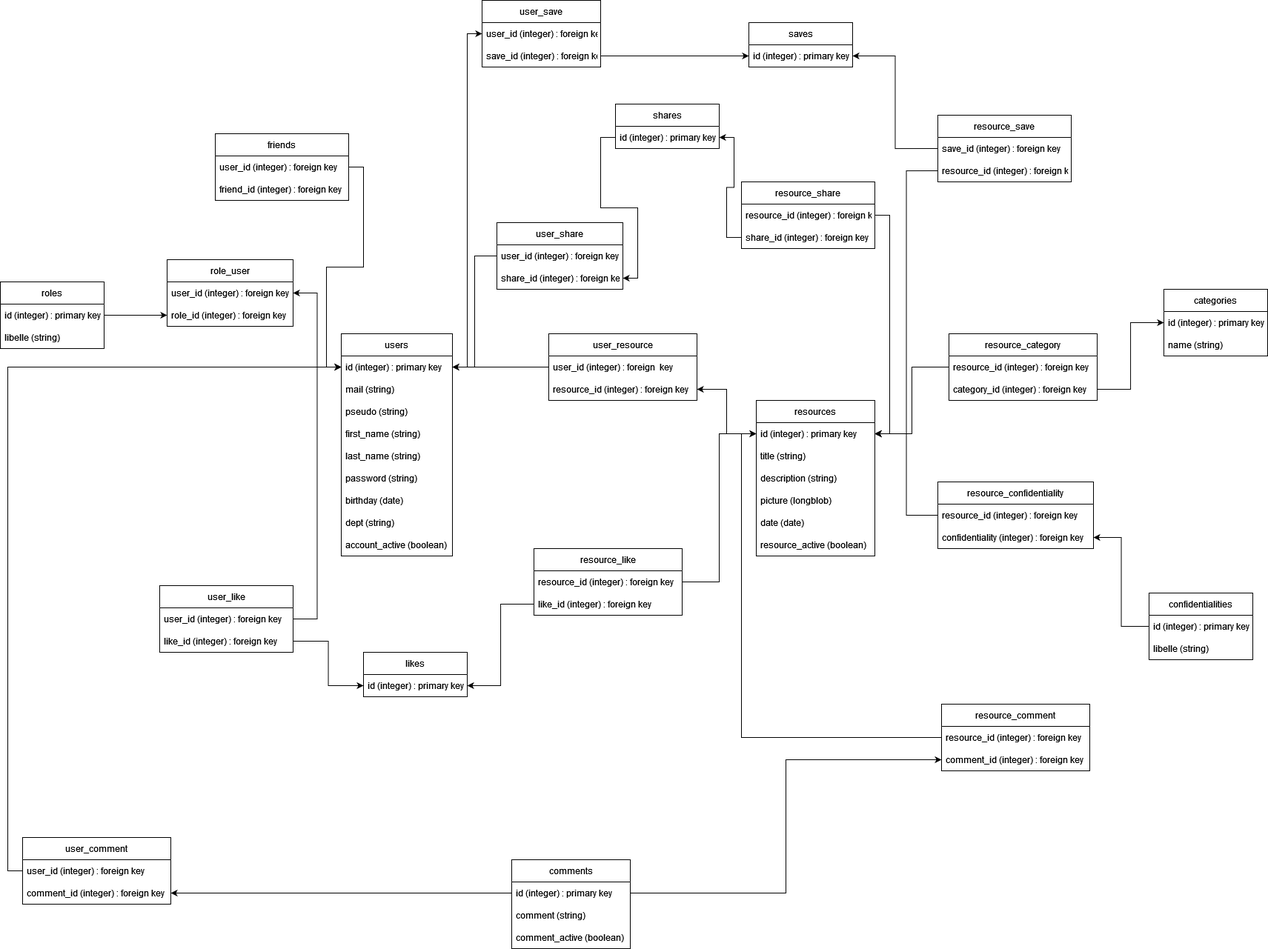
The draw.io diagram bdd_CLAP.drawio.png in Zmeypp/CeciEstUnTest, before a commit. Source tidied: cells renumbered, new cells last; positions are measured from the earlier drawing's top-left corner, leaving out a move shared by most shapes.
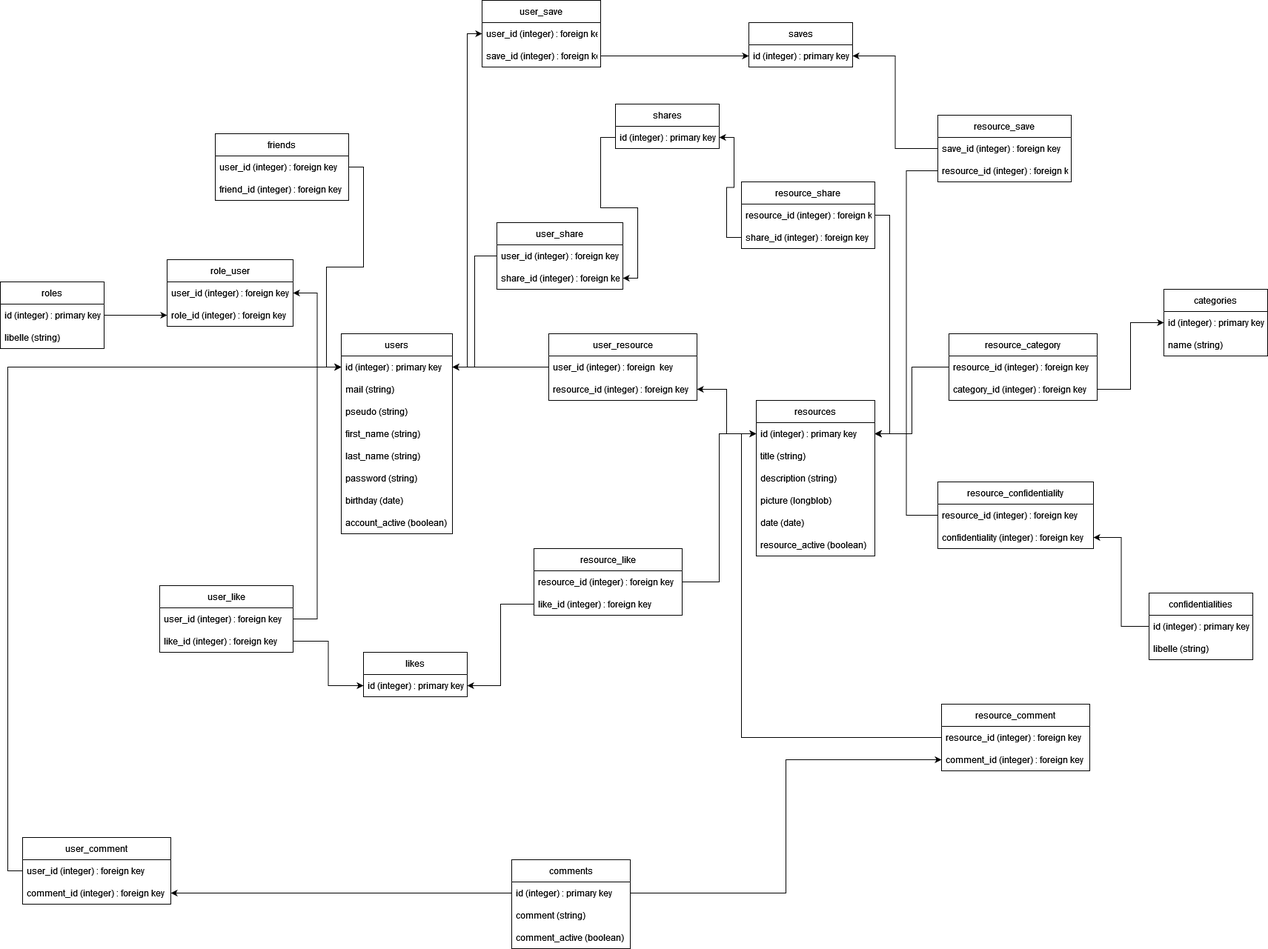
The same file after the commit.

Diff of the diagram source:
```diff
@@ -24,7 +24,7 @@
       <mxGeometry relative="1" as="geometry" />
     </mxCell>
     <mxCell id="9" value="users" style="swimlane;fontStyle=0;horizontal=1;startSize=30;" parent="1" vertex="1">
-      <mxGeometry x="460" y="450" width="150" height="300" as="geometry" />
+      <mxGeometry x="460" y="450" width="150" height="270" as="geometry" />
     </mxCell>
     <mxCell id="10" value="id (integer) : primary key    " style="text;strokeColor=none;fillColor=none;align=left;verticalAlign=middle;spacingLeft=4;spacingRight=4;overflow=hidden;points=[[0,0.5],[1,0.5]];portConstraint=eastwest;" parent="9" vertex="1">
       <mxGeometry y="30" width="150" height="30" as="geometry" />
@@ -47,11 +47,8 @@
     <mxCell id="16" value="birthday (date)" style="text;strokeColor=none;fillColor=none;align=left;verticalAlign=middle;spacingLeft=4;spacingRight=4;overflow=hidden;" parent="9" vertex="1">
       <mxGeometry y="210" width="150" height="30" as="geometry" />
     </mxCell>
-    <mxCell id="17" value="dept (string)" style="text;strokeColor=none;fillColor=none;align=left;verticalAlign=middle;spacingLeft=4;spacingRight=4;overflow=hidden;" parent="9" vertex="1">
-      <mxGeometry y="240" width="150" height="30" as="geometry" />
-    </mxCell>
     <mxCell id="18" value="account_active (boolean)" style="text;strokeColor=none;fillColor=none;align=left;verticalAlign=middle;spacingLeft=4;spacingRight=4;overflow=hidden;" parent="9" vertex="1">
-      <mxGeometry y="270" width="150" height="30" as="geometry" />
+      <mxGeometry y="240" width="150" height="30" as="geometry" />
     </mxCell>
     <mxCell id="19" style="edgeStyle=orthogonalEdgeStyle;rounded=0;jettySize=auto;html=1;exitX=0;exitY=0.5;exitDx=0;exitDy=0;entryX=1;entryY=0.5;entryDx=0;entryDy=0;" parent="1" edge="1" source="10" target="5">
       <mxGeometry relative="1" as="geometry" />
```
